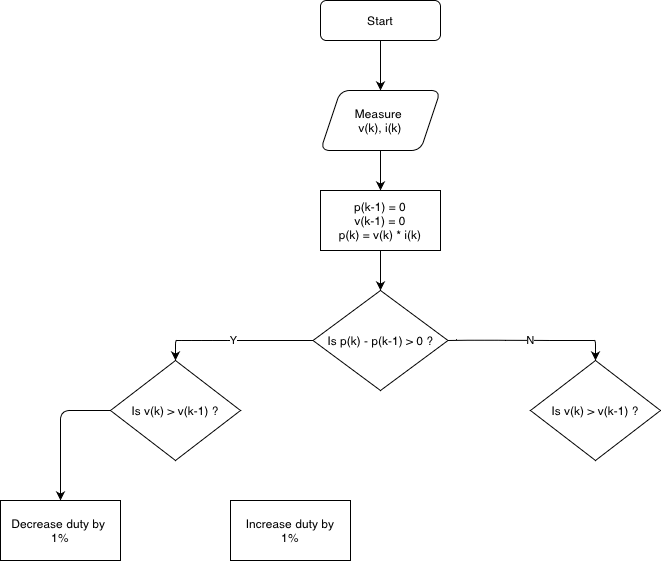
Above: MPPT.png in petraratkai/Mars_Rover (draw.io), before the change. Source tidied: cells renumbered, new cells last; positions are measured from the earlier drawing's top-left corner, leaving out a move shared by most shapes.
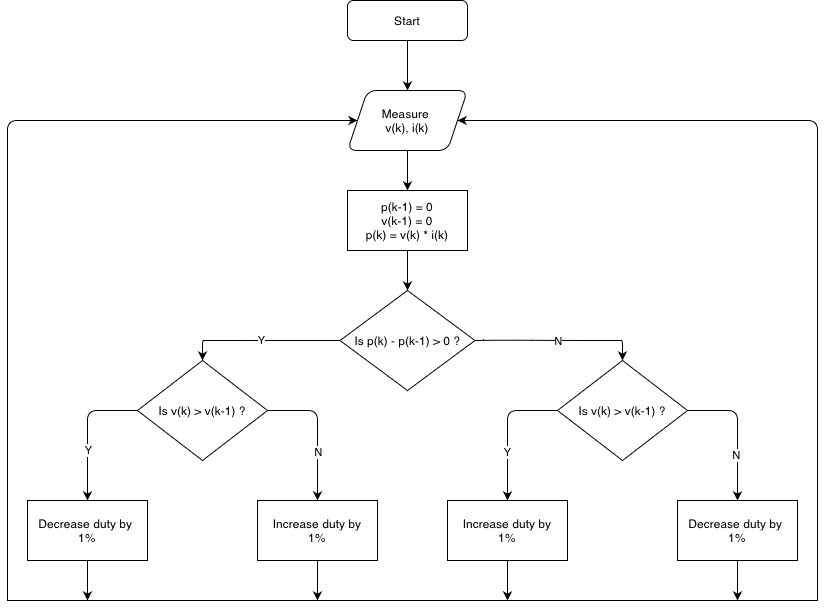
Later version of the same file.

Change to the diagram source:
```diff
@@ -26,9 +26,6 @@
     <mxCell id="9" value="Is v(k) &amp;gt; v(k-1) ?" style="rhombus;whiteSpace=wrap;html=1;rounded=0;" parent="1" vertex="1">
       <mxGeometry x="110" y="360" width="130" height="100" as="geometry" />
     </mxCell>
-    <mxCell id="10" value="Is v(k) &amp;gt; v(k-1) ?" style="rhombus;whiteSpace=wrap;html=1;rounded=0;" parent="1" vertex="1">
-      <mxGeometry x="530" y="360" width="130" height="100" as="geometry" />
-    </mxCell>
     <mxCell id="11" value="Y" style="endArrow=classic;html=1;exitX=0;exitY=0.5;exitDx=0;exitDy=0;entryX=0.5;entryY=0;entryDx=0;entryDy=0;" parent="1" edge="1" source="8" target="9">
       <mxGeometry relative="1" as="geometry">
         <Array as="points">
@@ -68,11 +65,102 @@
       <mxGeometry relative="1" as="geometry">
         <Array as="points">
           <mxPoint x="60" y="410" />
+          <mxPoint x="60" y="450" />
         </Array>
       </mxGeometry>
     </mxCell>
+    <mxCell id="17" value="Y" style="edgeLabel;html=1;align=center;verticalAlign=middle;" parent="15" vertex="1">
+      <mxGeometry x="0.15" y="-4" relative="1" as="geometry">
+        <mxPoint x="4" y="9" as="offset" />
+      </mxGeometry>
+    </mxCell>
     <mxCell id="16" value="Increase duty by&lt;br&gt;1%" style="rounded=0;whiteSpace=wrap;html=1;" parent="1" vertex="1">
       <mxGeometry x="230" y="500" width="120" height="60" as="geometry" />
     </mxCell>
+    <mxCell id="18" style="endArrow=classic;html=1;entryX=0.5;entryY=0;entryDx=0;entryDy=0;exitX=1;exitY=0.5;exitDx=0;exitDy=0;" parent="1" edge="1" source="9" target="16">
+      <mxGeometry relative="1" as="geometry">
+        <Array as="points">
+          <mxPoint x="290" y="410" />
+          <mxPoint x="290" y="440" />
+        </Array>
+      </mxGeometry>
+    </mxCell>
+    <mxCell id="19" value="N" style="edgeLabel;html=1;align=center;verticalAlign=middle;" parent="18" vertex="1">
+      <mxGeometry x="0.28" y="-8" relative="1" as="geometry">
+        <mxPoint x="8" y="1" as="offset" />
+      </mxGeometry>
+    </mxCell>
+    <mxCell id="10" value="Is v(k) &amp;gt; v(k-1) ?" style="rhombus;whiteSpace=wrap;html=1;rounded=0;" parent="1" vertex="1">
+      <mxGeometry x="530" y="360" width="130" height="100" as="geometry" />
+    </mxCell>
+    <mxCell id="20" value="Increase duty by&lt;br&gt;1%" style="rounded=0;whiteSpace=wrap;html=1;" parent="1" vertex="1">
+      <mxGeometry x="420" y="500" width="120" height="60" as="geometry" />
+    </mxCell>
+    <mxCell id="21" style="endArrow=classic;html=1;entryX=0.5;entryY=0;entryDx=0;entryDy=0;exitX=0;exitY=0.5;exitDx=0;exitDy=0;" parent="1" edge="1" source="10" target="20">
+      <mxGeometry relative="1" as="geometry">
+        <Array as="points">
+          <mxPoint x="480" y="410" />
+        </Array>
+      </mxGeometry>
+    </mxCell>
+    <mxCell id="22" value="Y" style="edgeLabel;html=1;align=center;verticalAlign=middle;" parent="21" vertex="1">
+      <mxGeometry x="0.31" y="-1" relative="1" as="geometry" />
+    </mxCell>
+    <mxCell id="23" value="Decrease duty by&amp;nbsp;&lt;br&gt;1%" style="rounded=0;whiteSpace=wrap;html=1;" parent="1" vertex="1">
+      <mxGeometry x="650" y="500" width="120" height="60" as="geometry" />
+    </mxCell>
+    <mxCell id="24" style="endArrow=classic;html=1;entryX=0.5;entryY=0;entryDx=0;entryDy=0;exitX=1;exitY=0.5;exitDx=0;exitDy=0;" parent="1" edge="1" source="10" target="23">
+      <mxGeometry relative="1" as="geometry">
+        <Array as="points">
+          <mxPoint x="710" y="410" />
+          <mxPoint x="710" y="440" />
+        </Array>
+      </mxGeometry>
+    </mxCell>
+    <mxCell id="25" value="N" style="edgeLabel;html=1;align=center;verticalAlign=middle;" parent="24" vertex="1">
+      <mxGeometry x="0.34" y="-2" relative="1" as="geometry" />
+    </mxCell>
+    <mxCell id="26" style="endArrow=none;html=1;" parent="1" edge="1">
+      <mxGeometry relative="1" as="geometry">
+        <mxPoint x="-20" y="600" as="sourcePoint" />
+        <mxPoint x="790" y="600" as="targetPoint" />
+      </mxGeometry>
+    </mxCell>
+    <mxCell id="27" style="endArrow=classic;html=1;exitX=0.5;exitY=1;exitDx=0;exitDy=0;" parent="1" edge="1" source="14">
+      <mxGeometry relative="1" as="geometry">
+        <mxPoint x="60" y="600" as="targetPoint" />
+      </mxGeometry>
+    </mxCell>
+    <mxCell id="28" style="endArrow=classic;html=1;exitX=0.5;exitY=1;exitDx=0;exitDy=0;" parent="1" edge="1" source="16">
+      <mxGeometry relative="1" as="geometry">
+        <mxPoint x="290" y="600" as="targetPoint" />
+      </mxGeometry>
+    </mxCell>
+    <mxCell id="29" style="endArrow=classic;html=1;exitX=0.5;exitY=1;exitDx=0;exitDy=0;" parent="1" edge="1" source="20">
+      <mxGeometry relative="1" as="geometry">
+        <mxPoint x="480" y="600" as="targetPoint" />
+      </mxGeometry>
+    </mxCell>
+    <mxCell id="30" style="endArrow=classic;html=1;exitX=0.5;exitY=1;exitDx=0;exitDy=0;" parent="1" edge="1" source="23">
+      <mxGeometry relative="1" as="geometry">
+        <mxPoint x="710" y="600" as="targetPoint" />
+      </mxGeometry>
+    </mxCell>
+    <mxCell id="31" style="endArrow=classic;html=1;" parent="1" edge="1" target="5">
+      <mxGeometry relative="1" as="geometry">
+        <mxPoint x="-20" y="600" as="sourcePoint" />
+        <Array as="points">
+          <mxPoint x="-20" y="120" />
+        </Array>
+      </mxGeometry>
+    </mxCell>
+    <mxCell id="32" style="endArrow=classic;html=1;entryX=0.917;entryY=0.5;entryDx=0;entryDy=0;entryPerimeter=0;" parent="1" edge="1" target="5">
+      <mxGeometry relative="1" as="geometry">
+        <mxPoint x="790" y="600" as="sourcePoint" />
+        <Array as="points">
+          <mxPoint x="790" y="120" />
+        </Array>
+      </mxGeometry>
+    </mxCell>
   </root>
 </mxGraphModel>
```
